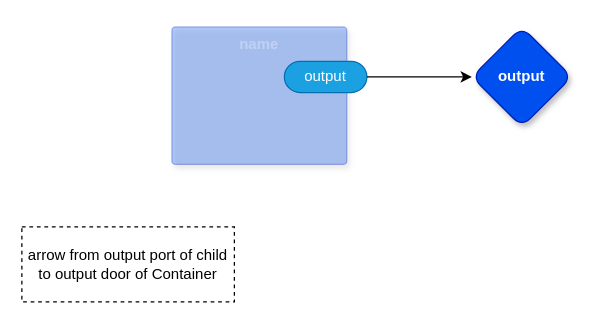
Before: page "up" (13 of 31) of DPL syntax/DPL syntax.drawio in guitarvydas/0dproto, a draw.io diagram. Source tidied: cells renumbered, new cells numbered last; positions are measured from the earlier drawing's top-left corner, leaving out a move shared by most shapes. Both pictures are drawn from the tidied source at 125%, with x=0, y=0 at pixel (21, 26).
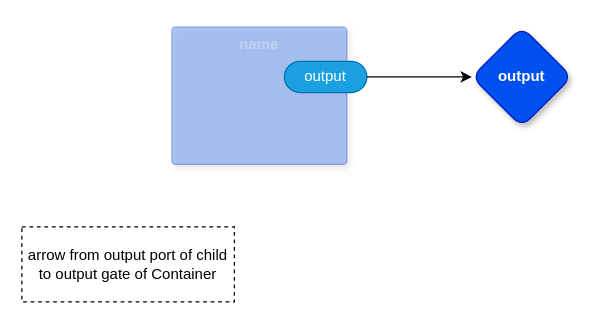
Above is the later version.

Diff of the diagram source:
```diff
@@
 <mxGraphModel>
   <root>
     <mxCell id="0" />
     <mxCell id="1" parent="0" />
     <mxCell id="2" value="name" style="rounded=1;whiteSpace=wrap;html=1;sketch=0;verticalAlign=top;arcSize=6;fontStyle=1;absoluteArcSize=1;shadow=1;strokeColor=#001DBC;fillColor=#0050ef;fontColor=#ffffff;opacity=30;textOpacity=30;" parent="1" vertex="1">
       <mxGeometry x="120" width="140" height="110" as="geometry" />
     </mxCell>
     <mxCell id="3" value="output" style="rounded=1;whiteSpace=wrap;html=1;sketch=0;points=[[0,0.5,0,0,0],[1,0.5,0,0,0]];fillColor=#1ba1e2;fontColor=#ffffff;strokeColor=#006EAF;arcSize=50;" parent="2" vertex="1">
       <mxGeometry x="90" y="27.5" width="66" height="25" as="geometry" />
     </mxCell>
-    <mxCell id="4" value="arrow from output port of child to output door of Container" style="rounded=0;whiteSpace=wrap;html=1;dashed=1;" parent="1" vertex="1">
+    <mxCell id="4" value="arrow from output port of child to output gate of Container" style="rounded=0;whiteSpace=wrap;html=1;dashed=1;" parent="1" vertex="1">
       <mxGeometry y="160" width="170" height="60" as="geometry" />
     </mxCell>
     <mxCell id="5" value="output" style="rhombus;whiteSpace=wrap;html=1;rounded=1;fillColor=#0050ef;fontColor=#ffffff;strokeColor=#001DBC;fontStyle=1;glass=0;sketch=0;fontSize=12;points=[[0,0.5,0,0,0],[0.5,0,0,0,0],[0.5,1,0,0,0],[1,0.5,0,0,0]];shadow=1;" parent="1" vertex="1">
       <mxGeometry x="360" width="80" height="80" as="geometry" />
     </mxCell>
     <mxCell id="6" style="edgeStyle=orthogonalEdgeStyle;rounded=0;jettySize=auto;html=1;exitX=1;exitY=0.5;exitDx=0;exitDy=0;exitPerimeter=0;entryX=0;entryY=0.5;entryDx=0;entryDy=0;entryPerimeter=0;" parent="1" edge="1" source="3" target="5">
       <mxGeometry relative="1" as="geometry" />
     </mxCell>
   </root>
 </mxGraphModel>
```
